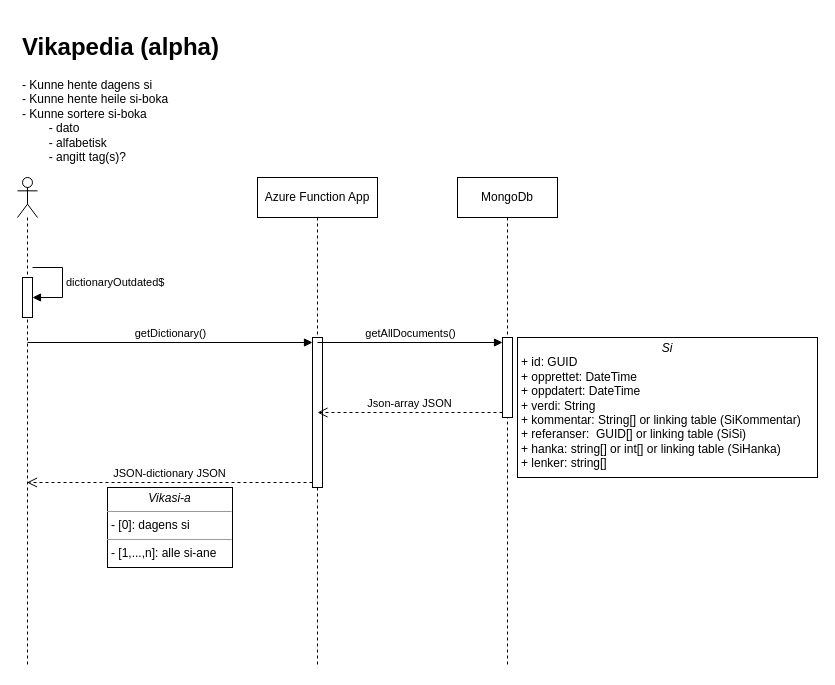
The draw.io diagram documentation/alfa_bruker_flyter.drawio in 013-8/vikapedia, before the edit. Source tidied: cells renumbered, new cells numbered last; positions are measured from the earlier drawing's top-left corner, leaving out a move shared by most shapes. Both pictures are drawn from the tidied source at 100%, with x=0, y=0 at pixel (17, 27).
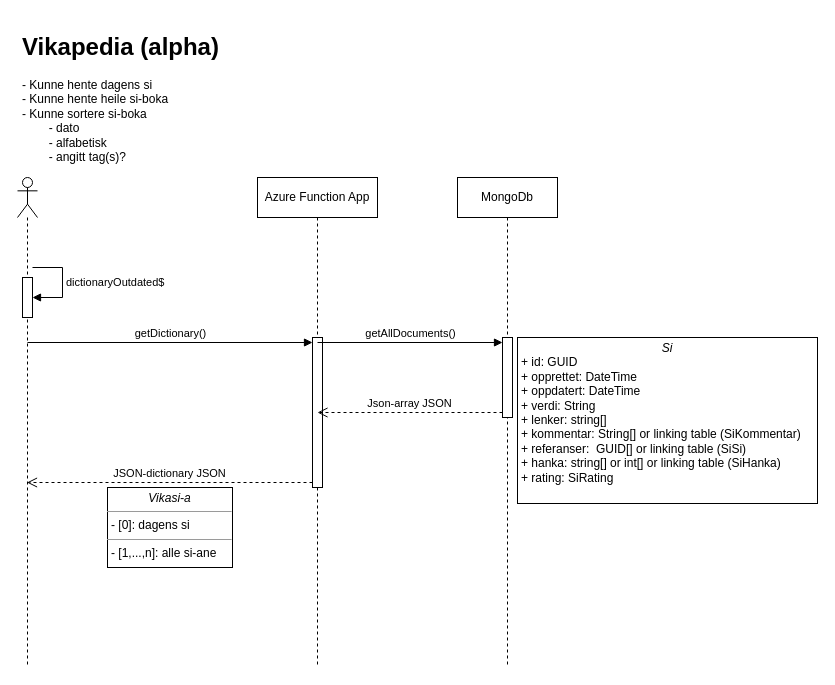
The same diagram, later.

The edit, as a diff of the source:
```diff
@@
 <mxGraphModel>
   <root>
     <mxCell id="0" />
     <mxCell id="1" parent="0" />
     <mxCell id="2" value="&lt;h1&gt;Vikapedia (alpha)&lt;/h1&gt;&lt;div&gt;- Kunne hente dagens si&lt;/div&gt;&lt;div&gt;- Kunne hente heile si-boka&lt;/div&gt;&lt;div&gt;- Kunne sortere si-boka&lt;/div&gt;&lt;div&gt;&lt;span style=&quot;white-space: pre;&quot;&gt;&#9;&lt;/span&gt;- dato&lt;br&gt;&lt;/div&gt;&lt;div&gt;&lt;span style=&quot;white-space: pre;&quot;&gt;&#9;&lt;/span&gt;- alfabetisk&lt;br&gt;&lt;/div&gt;&lt;div&gt;&lt;span style=&quot;white-space: pre;&quot;&gt;&#9;&lt;/span&gt;- angitt tag(s)?&lt;/div&gt;" style="text;html=1;spacing=5;spacingTop=-20;whiteSpace=wrap;overflow=hidden;rounded=0;" parent="1" vertex="1">
       <mxGeometry width="260" height="150" as="geometry" />
     </mxCell>
     <mxCell id="3" style="shape=umlLifeline;perimeter=lifelinePerimeter;whiteSpace=wrap;html=1;outlineConnect=0;portConstraint=eastwest;newEdgeStyle={&quot;curved&quot;:0,&quot;rounded&quot;:0};participant=umlActor;" parent="1" vertex="1">
       <mxGeometry y="150" width="20" height="490" as="geometry" />
     </mxCell>
     <mxCell id="4" style="html=1;points=[[0,0,0,0,5],[0,1,0,0,-5],[1,0,0,0,5],[1,1,0,0,-5]];perimeter=orthogonalPerimeter;outlineConnect=0;targetShapes=umlLifeline;portConstraint=eastwest;newEdgeStyle={&quot;curved&quot;:0,&quot;rounded&quot;:0};" parent="3" vertex="1">
       <mxGeometry x="5" y="100" width="10" height="40" as="geometry" />
     </mxCell>
     <mxCell id="5" value="dictionaryOutdated$" style="html=1;align=left;spacingLeft=2;endArrow=block;rounded=0;edgeStyle=orthogonalEdgeStyle;curved=0;rounded=0;" parent="3" edge="1" target="4">
       <mxGeometry relative="1" as="geometry">
         <mxPoint x="15" y="90" as="sourcePoint" />
         <Array as="points">
           <mxPoint x="45" y="120" />
         </Array>
       </mxGeometry>
     </mxCell>
     <mxCell id="6" value="Azure Function App" style="shape=umlLifeline;perimeter=lifelinePerimeter;whiteSpace=wrap;html=1;newEdgeStyle={&quot;curved&quot;:0,&quot;rounded&quot;:0};" parent="1" vertex="1">
       <mxGeometry x="240" y="150" width="120" height="490" as="geometry" />
     </mxCell>
     <mxCell id="7" style="html=1;points=[[0,0,0,0,5],[0,1,0,0,-5],[1,0,0,0,5],[1,1,0,0,-5]];perimeter=orthogonalPerimeter;outlineConnect=0;targetShapes=umlLifeline;portConstraint=eastwest;newEdgeStyle={&quot;curved&quot;:0,&quot;rounded&quot;:0};" parent="6" vertex="1">
       <mxGeometry x="55" y="160" width="10" height="150" as="geometry" />
     </mxCell>
     <mxCell id="8" value="getDictionary()" style="html=1;verticalAlign=bottom;endArrow=block;curved=0;rounded=0;entryX=0;entryY=0;entryDx=0;entryDy=5;" parent="1" edge="1" target="7">
       <mxGeometry relative="1" as="geometry">
         <mxPoint x="10" y="315" as="sourcePoint" />
       </mxGeometry>
     </mxCell>
     <mxCell id="9" value="JSON-dictionary JSON" style="html=1;verticalAlign=bottom;endArrow=open;dashed=1;endSize=8;curved=0;rounded=0;exitX=0;exitY=1;exitDx=0;exitDy=-5;" parent="1" edge="1" source="7" target="3">
       <mxGeometry relative="1" as="geometry" />
     </mxCell>
     <mxCell id="10" value="&lt;p style=&quot;margin:0px;margin-top:4px;text-align:center;&quot;&gt;&lt;i&gt;Vikasi-a&lt;/i&gt;&lt;/p&gt;&lt;hr size=&quot;1&quot;&gt;&lt;p style=&quot;margin:0px;margin-left:4px;&quot;&gt;- [0]: dagens si&lt;/p&gt;&lt;hr size=&quot;1&quot;&gt;&lt;p style=&quot;margin:0px;margin-left:4px;&quot;&gt;- [1,...,n]: alle si-ane&lt;/p&gt;" style="verticalAlign=top;align=left;overflow=fill;html=1;whiteSpace=wrap;" parent="1" vertex="1">
       <mxGeometry x="90" y="460" width="125" height="80" as="geometry" />
     </mxCell>
     <mxCell id="11" value="MongoDb" style="shape=umlLifeline;perimeter=lifelinePerimeter;whiteSpace=wrap;html=1;newEdgeStyle={&quot;curved&quot;:0,&quot;rounded&quot;:0};" parent="1" vertex="1">
       <mxGeometry x="440" y="150" width="100" height="490" as="geometry" />
     </mxCell>
     <mxCell id="12" style="html=1;points=[[0,0,0,0,5],[0,1,0,0,-5],[1,0,0,0,5],[1,1,0,0,-5]];perimeter=orthogonalPerimeter;outlineConnect=0;targetShapes=umlLifeline;portConstraint=eastwest;newEdgeStyle={&quot;curved&quot;:0,&quot;rounded&quot;:0};" parent="11" vertex="1">
       <mxGeometry x="45" y="160" width="10" height="80" as="geometry" />
     </mxCell>
     <mxCell id="13" value="getAllDocuments()" style="html=1;verticalAlign=bottom;endArrow=block;curved=0;rounded=0;entryX=0;entryY=0;entryDx=0;entryDy=5;" parent="1" edge="1" target="12">
       <mxGeometry relative="1" as="geometry">
         <mxPoint x="300" y="315" as="sourcePoint" />
       </mxGeometry>
     </mxCell>
     <mxCell id="14" value="Json-array JSON" style="html=1;verticalAlign=bottom;endArrow=open;dashed=1;endSize=8;curved=0;rounded=0;exitX=0;exitY=1;exitDx=0;exitDy=-5;" parent="1" edge="1" source="12">
       <mxGeometry relative="1" as="geometry">
         <mxPoint x="300" y="385" as="targetPoint" />
       </mxGeometry>
     </mxCell>
-    <mxCell id="15" value="&lt;p style=&quot;margin:0px;margin-top:4px;text-align:center;&quot;&gt;&lt;i&gt;Si&lt;/i&gt;&lt;/p&gt;&lt;p style=&quot;margin:0px;margin-left:4px;&quot;&gt;+ id: GUID&lt;/p&gt;&lt;p style=&quot;margin:0px;margin-left:4px;&quot;&gt;+ opprettet: DateTime&lt;br&gt;+ oppdatert: DateTime&lt;/p&gt;&lt;p style=&quot;margin:0px;margin-left:4px;&quot;&gt;+ verdi: String&lt;/p&gt;&lt;p style=&quot;margin:0px;margin-left:4px;&quot;&gt;+ kommentar: String[] or linking table (SiKommentar)&lt;/p&gt;&lt;p style=&quot;margin:0px;margin-left:4px;&quot;&gt;+ referanser:&amp;nbsp; GUID[] or linking table (SiSi)&lt;/p&gt;&lt;p style=&quot;margin:0px;margin-left:4px;&quot;&gt;+ hanka: string[] or int[] or linking table (SiHanka)&lt;/p&gt;&lt;p style=&quot;margin:0px;margin-left:4px;&quot;&gt;+ lenker: string[]&lt;/p&gt;" style="verticalAlign=top;align=left;overflow=fill;html=1;whiteSpace=wrap;" parent="1" vertex="1">
-      <mxGeometry x="500" y="310" width="300" height="140" as="geometry" />
+    <mxCell id="15" value="&lt;p style=&quot;margin:0px;margin-top:4px;text-align:center;&quot;&gt;&lt;i&gt;Si&lt;/i&gt;&lt;/p&gt;&lt;p style=&quot;margin:0px;margin-left:4px;&quot;&gt;+ id: GUID&lt;/p&gt;&lt;p style=&quot;margin:0px;margin-left:4px;&quot;&gt;+ opprettet: DateTime&lt;br&gt;+ oppdatert: DateTime&lt;/p&gt;&lt;p style=&quot;margin:0px;margin-left:4px;&quot;&gt;+ verdi: String&lt;/p&gt;&lt;p style=&quot;margin:0px;margin-left:4px;&quot;&gt;+ lenker: string[]&lt;/p&gt;&lt;p style=&quot;margin:0px;margin-left:4px;&quot;&gt;+ kommentar: String[] or linking table (SiKommentar)&lt;/p&gt;&lt;p style=&quot;margin:0px;margin-left:4px;&quot;&gt;+ referanser:&amp;nbsp; GUID[] or linking table (SiSi)&lt;/p&gt;&lt;p style=&quot;margin:0px;margin-left:4px;&quot;&gt;+ hanka: string[] or int[] or linking table (SiHanka)&lt;/p&gt;&lt;p style=&quot;margin:0px;margin-left:4px;&quot;&gt;+ rating: SiRating&lt;/p&gt;" style="verticalAlign=top;align=left;overflow=fill;html=1;whiteSpace=wrap;" parent="1" vertex="1">
+      <mxGeometry x="500" y="310" width="300" height="166" as="geometry" />
     </mxCell>
   </root>
 </mxGraphModel>
```
